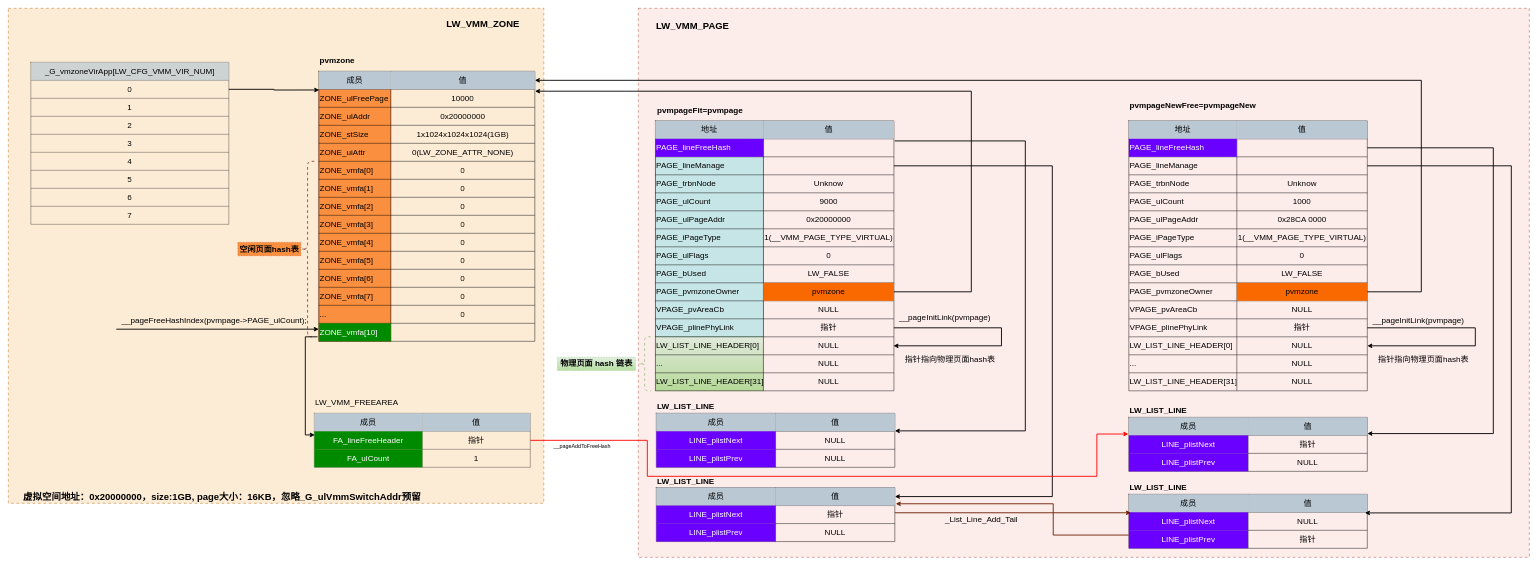
Before: page "__pageAddToFreeHash-25" (1 of 3) of draw/mips-mmu.drawio in peng-fan/drawio, a draw.io diagram. Source tidied: cells renumbered, new cells numbered last; positions are measured from the earlier drawing's top-left corner, leaving out a move shared by most shapes. Both pictures are drawn from the tidied source at 45%, with x=0, y=0 at pixel (8, 8).
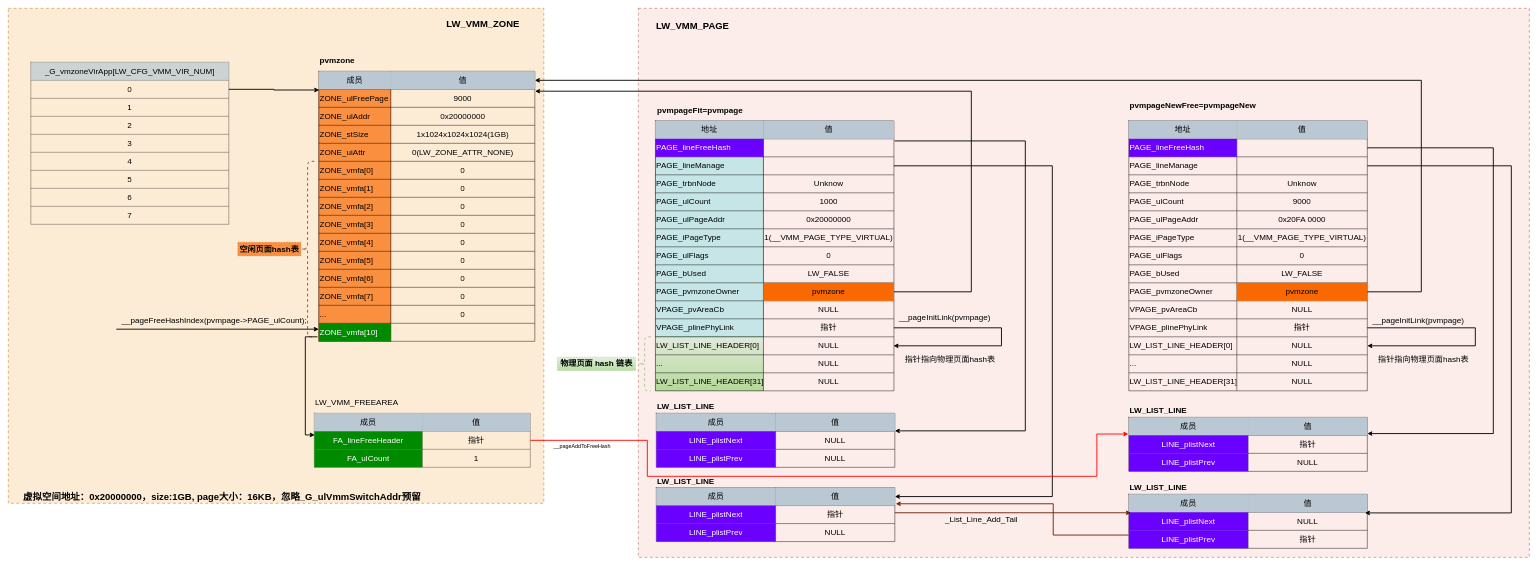
The same page after the edit.

Unchanged cells that the change refers to:
```xml
<mxCell id="19" style="shape=partialRectangle;fillColor=none;top=0;left=0;bottom=0;right=0;fontSize=18;strokeColor=default;" parent="6" vertex="1">
  <mxGeometry y="160" width="530" height="40" as="geometry" />
</mxCell>
<mxCell id="58" style="shape=partialRectangle;fillColor=none;top=0;left=0;bottom=0;right=0;points=[[0,0.5],[1,0.5]];portConstraint=eastwest;fontSize=18;strokeColor=default;" parent="54" vertex="1">
  <mxGeometry y="40" width="480" height="40" as="geometry" />
</mxCell>
<mxCell id="182" style="shape=partialRectangle;fillColor=none;top=0;left=0;bottom=0;right=0;fontSize=18;strokeColor=default;" parent="169" vertex="1">
  <mxGeometry y="160" width="530" height="40" as="geometry" />
</mxCell>
<mxCell id="185" style="shape=partialRectangle;fillColor=none;top=0;left=0;bottom=0;right=0;fontSize=18;strokeColor=default;" parent="169" vertex="1">
  <mxGeometry y="200" width="530" height="40" as="geometry" />
</mxCell>
```

What changed in the source:
```diff
@@
-    <mxCell id="21" value="9000" style="shape=partialRectangle;html=1;whiteSpace=wrap;overflow=hidden;fillColor=none;top=0;left=0;bottom=0;right=0;fontSize=18;strokeColor=default;align=center;" parent="19" vertex="1">
+    <mxCell id="21" value="1000" style="shape=partialRectangle;html=1;whiteSpace=wrap;overflow=hidden;fillColor=none;top=0;left=0;bottom=0;right=0;fontSize=18;strokeColor=default;align=center;" parent="19" vertex="1">
       <mxGeometry x="240" width="290" height="40" as="geometry" />
     </mxCell>
@@
-    <mxCell id="60" value="10000" style="shape=partialRectangle;html=1;whiteSpace=wrap;overflow=hidden;fillColor=none;top=0;left=0;bottom=0;right=0;fontSize=18;strokeColor=default;align=center;" parent="58" vertex="1">
+    <mxCell id="60" value="9000" style="shape=partialRectangle;html=1;whiteSpace=wrap;overflow=hidden;fillColor=none;top=0;left=0;bottom=0;right=0;fontSize=18;strokeColor=default;align=center;" parent="58" vertex="1">
       <mxGeometry x="160" width="320" height="40" as="geometry" />
     </mxCell>
@@
-    <mxCell id="184" value="1000" style="shape=partialRectangle;html=1;whiteSpace=wrap;overflow=hidden;fillColor=none;top=0;left=0;bottom=0;right=0;fontSize=18;strokeColor=default;align=center;" parent="182" vertex="1">
+    <mxCell id="184" value="9000" style="shape=partialRectangle;html=1;whiteSpace=wrap;overflow=hidden;fillColor=none;top=0;left=0;bottom=0;right=0;fontSize=18;strokeColor=default;align=center;" parent="182" vertex="1">
       <mxGeometry x="240" width="290" height="40" as="geometry" />
     </mxCell>
@@
-    <mxCell id="187" value="0x28CA 0000" style="shape=partialRectangle;html=1;whiteSpace=wrap;overflow=hidden;fillColor=none;top=0;left=0;bottom=0;right=0;fontSize=18;strokeColor=default;align=center;" parent="185" vertex="1">
+    <mxCell id="187" value="0x20FA 0000" style="shape=partialRectangle;html=1;whiteSpace=wrap;overflow=hidden;fillColor=none;top=0;left=0;bottom=0;right=0;fontSize=18;strokeColor=default;align=center;" parent="185" vertex="1">
       <mxGeometry x="240" width="290" height="40" as="geometry" />
     </mxCell>
```
